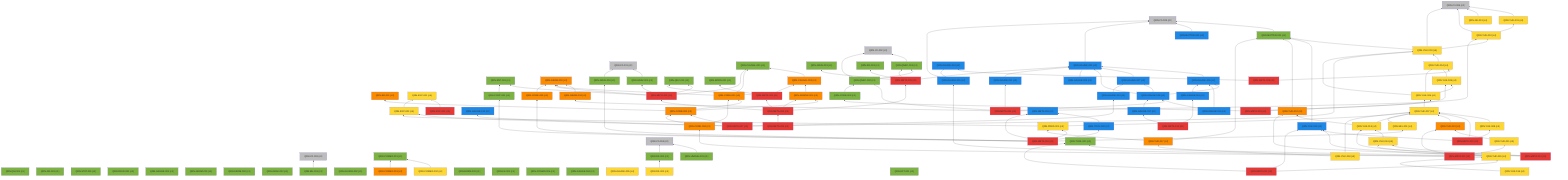
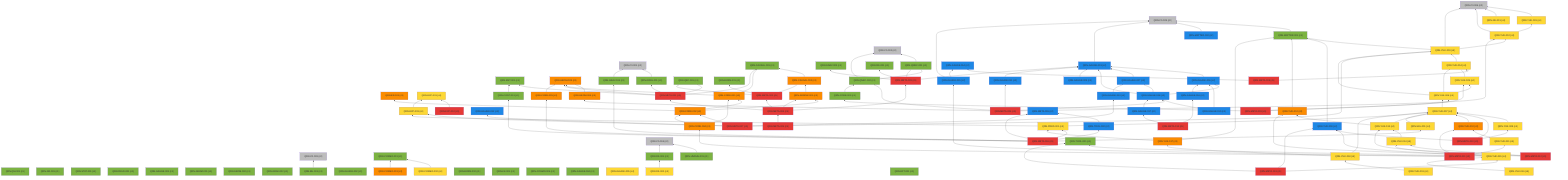
%% 自動生成 (dag/report.pl) — QRN 主張依存グラフ
graph BT
  QRN_C0_001["QRN-C0-001 (c0)"]:::c0
  QRN_C0_002["QRN-C0-002 (c0)"]:::c0
  QRN_C0_003["QRN-C0-003 (c0)"]:::c0
  QRN_C0_004["QRN-C0-004 (c0)"]:::c0
  QRN_C0_005["QRN-C0-005 (c0)"]:::c0
  QRN_C0_006["QRN-C0-006 (c0)"]:::c0
  QRN_QM_001["QRN-QM-001 (c1)"]:::c1
  QRN_GR_001["QRN-GR-001 (c1)"]:::c1
  QRN_STAT_001["QRN-STAT-001 (c1)"]:::c1
  QRN_FIELD_001["QRN-FIELD-001 (c1)"]:::c1
  QRN_GAUGE_001["QRN-GAUGE-001 (c1)"]:::c1
  QRN_ENT_001["QRN-ENT-001 (c1)"]:::c1
  QRN_GEOM_001["QRN-GEOM-001 (c1)"]:::c1
  QRN_GEOM_002["QRN-GEOM-002 (c1)"]:::c1
  QRN_GEOM_003["QRN-GEOM-003 (c3)"]:::c3
  QRN_GRAV_001["QRN-GRAV-001 (c1)"]:::c1
  QRN_GRAV_002["QRN-GRAV-002 (c1)"]:::c1
  QRN_BH_001["QRN-BH-001 (c1)"]:::c1
  QRN_CAUSAL_001["QRN-CAUSAL-001 (c1)"]:::c1
  QRN_CAUSAL_002["QRN-CAUSAL-002 (c3)"]:::c3
  QRN_ER_001["QRN-ER-001 (c3)"]:::c3
  QRN_QEC_001["QRN-QEC-001 (c1)"]:::c1
  QRN_GAUGE_002["QRN-GAUGE-002 (c1)"]:::c1
  QRN_COSMO_001["QRN-COSMO-001 (c1)"]:::c1
  QRN_COSMO_002["QRN-COSMO-002 (c4)"]:::c4
  QRN_COSMO_003["QRN-COSMO-003 (c3)"]:::c3
  QRN_BORN_001["QRN-BORN-001 (c1)"]:::c1
  QRN_BORN_002["QRN-BORN-002 (c1)"]:::c1
  QRN_GRAV_003["QRN-GRAV-003 (c1)"]:::c1
  QRN_KK_001["QRN-KK-001 (c1)"]:::c1
  QRN_MATTER_001["QRN-MATTER-001 (c1)"]:::c1
  QRN_MATTER_002["QRN-MATTER-002 (c2)"]:::c2
  QRN_COSMO_004["QRN-COSMO-004 (c1)"]:::c1
  QRN_EXP_001["QRN-EXP-001 (c4)"]:::c4
  QRN_GAUGE_003["QRN-GAUGE-003 (c2)"]:::c2
  QRN_GAUGE_004["QRN-GAUGE-004 (c1)"]:::c1
  QRN_GAUGE_005["QRN-GAUGE-005 (c4)"]:::c4
  QRN_YUK_001["QRN-YUK-001 (c4)"]:::c4
  QRN_RG_001["QRN-RG-001 (c1)"]:::c1
  QRN_UNRUH_001["QRN-UNRUH-001 (c1)"]:::c1
  QRN_QNEC_001["QRN-QNEC-001 (c1)"]:::c1
  QRN_NU_001["QRN-NU-001 (c4)"]:::c4
  QRN_GAUGE_006["QRN-GAUGE-006 (c2)"]:::c2
  QRN_DS_001["QRN-DS-001 (c1)"]:::c1
  QRN_DS_002["QRN-DS-002 (c4)"]:::c4
  QRN_ARROW_001["QRN-ARROW-001 (c3)"]:::c3
  QRN_GAUGE_007["QRN-GAUGE-007 (c2)"]:::c2
  QRN_EFT_001["QRN-EFT-001 (c1)"]:::c1
  QRN_GAUGE_008["QRN-GAUGE-008 (c2)"]:::c2
  QRN_GAUGE_009["QRN-GAUGE-009 (c2)"]:::c2
  QRN_GAUGE_010["QRN-GAUGE-010 (c2)"]:::c2
  QRN_QNEC_002["QRN-QNEC-002 (c1)"]:::c1
  QRN_GEOM_004["QRN-GEOM-004 (c3)"]:::c3
  QRN_YUK_002["QRN-YUK-002 (c4)"]:::c4
  QRN_EXP_002["QRN-EXP-002 (c5)"]:::c5
  QRN_CORE_001["QRN-CORE-001 (c3)"]:::c3
  QRN_GAUGE_011["QRN-GAUGE-011 (c2)"]:::c2
  QRN_GAUGE_012["QRN-GAUGE-012 (c2)"]:::c2
  QRN_YUK_003["QRN-YUK-003 (c4)"]:::c4
  QRN_EXP_003["QRN-EXP-003 (c4)"]:::c4
  QRN_CORE_002["QRN-CORE-002 (c3)"]:::c3
  QRN_GAUGE_013["QRN-GAUGE-013 (c2)"]:::c2
  QRN_YUK_004["QRN-YUK-004 (c4)"]:::c4
  QRN_GAUGE_014["QRN-GAUGE-014 (c2)"]:::c2
  QRN_META_001["QRN-META-001 (c5)"]:::c5
  QRN_META_002["QRN-META-002 (c5)"]:::c5
  QRN_META_003["QRN-META-003 (c5)"]:::c5
  QRN_META_004["QRN-META-004 (c5)"]:::c5
  QRN_META_005["QRN-META-005 (c5)"]:::c5
  QRN_META_006["QRN-META-006 (c5)"]:::c5
  QRN_META_007["QRN-META-007 (c5)"]:::c5
  QRN_META_008["QRN-META-008 (c5)"]:::c5
  QRN_YUK_005["QRN-YUK-005 (c4)"]:::c4
  QRN_YUK_006["QRN-YUK-006 (c4)"]:::c4
  QRN_CORE_003["QRN-CORE-003 (c1)"]:::c1
  QRN_META_009["QRN-META-009 (c5)"]:::c5
  QRN_YUK_007["QRN-YUK-007 (c4)"]:::c4
  QRN_YUK_008["QRN-YUK-008 (c4)"]:::c4
  QRN_YUK_009["QRN-YUK-009 (c2)"]:::c2
  QRN_META_010["QRN-META-010 (c5)"]:::c5
  QRN_GAUGE_015["QRN-GAUGE-015 (c2)"]:::c2
  QRN_YUK_010["QRN-YUK-010 (c3)"]:::c3
  QRN_YUK_011["QRN-YUK-011 (c4)"]:::c4
  QRN_CORE_004["QRN-CORE-004 (c3)"]:::c3
  QRN_META_011["QRN-META-011 (c5)"]:::c5
  QRN_YUK_012["QRN-YUK-012 (c3)"]:::c3
  QRN_YUK_013["QRN-YUK-013 (c4)"]:::c4
  QRN_YUK_014["QRN-YUK-014 (c4)"]:::c4
  QRN_META_012["QRN-META-012 (c5)"]:::c5
  QRN_TOOL_001["QRN-TOOL-001 (c1)"]:::c1
  QRN_YUK_015["QRN-YUK-015 (c4)"]:::c4
  QRN_META_013["QRN-META-013 (c5)"]:::c5
  QRN_GAUGE_016["QRN-GAUGE-016 (c2)"]:::c2
  QRN_GAUGE_017["QRN-GAUGE-017 (c2)"]:::c2
  QRN_META_014["QRN-META-014 (c5)"]:::c5
  QRN_META_015["QRN-META-015 (c2)"]:::c2
  QRN_TOOL_002["QRN-TOOL-002 (c2)"]:::c2
  QRN_CORE_005["QRN-CORE-005 (c3)"]:::c3
  QRN_CONT_001["QRN-CONT-001 (c1)"]:::c1
  QRN_SEL_001["QRN-SEL-001 (c4)"]:::c4
  QRN_GRAV_004["QRN-GRAV-004 (c1)"]:::c1
  QRN_PRED_001["QRN-PRED-001 (c4)"]:::c4
  QRN_META_016["QRN-META-016 (c5)"]:::c5
  QRN_YUK_016["QRN-YUK-016 (c4)"]:::c4
  QRN_YUK_017["QRN-YUK-017 (c3)"]:::c3
  QRN_YUK_018["QRN-YUK-018 (c4)"]:::c4
+   QRN_YUK_019["QRN-YUK-019 (c4)"]:::c4
  QRN_GRAV_001 --> QRN_C0_001
  QRN_BH_001 --> QRN_C0_003
  QRN_CAUSAL_002 --> QRN_CAUSAL_001
  QRN_COSMO_002 --> QRN_COSMO_001
  QRN_COSMO_003 --> QRN_COSMO_001
  QRN_MATTER_001 --> QRN_C0_005
  QRN_MATTER_002 --> QRN_C0_005
  QRN_GAUGE_003 --> QRN_C0_005
  QRN_YUK_001 --> QRN_C0_006
  QRN_UNRUH_001 --> QRN_C0_004
  QRN_QNEC_001 --> QRN_C0_002
  QRN_NU_001 --> QRN_C0_006
  QRN_GAUGE_006 --> QRN_GAUGE_003
  QRN_DS_001 --> QRN_C0_004
  QRN_DS_002 --> QRN_DS_001
  QRN_ARROW_001 --> QRN_CAUSAL_002
  QRN_GAUGE_007 --> QRN_GAUGE_003
  QRN_GAUGE_008 --> QRN_GAUGE_003
  QRN_GAUGE_008 --> QRN_GAUGE_006
  QRN_GAUGE_008 --> QRN_GAUGE_007
  QRN_GAUGE_009 --> QRN_GAUGE_003
  QRN_GAUGE_010 --> QRN_GAUGE_006
  QRN_GAUGE_010 --> QRN_GAUGE_008
  QRN_QNEC_002 --> QRN_C0_002
  QRN_QNEC_002 --> QRN_QNEC_001
  QRN_GEOM_004 --> QRN_GEOM_003
  QRN_YUK_002 --> QRN_C0_006
  QRN_YUK_002 --> QRN_YUK_001
  QRN_EXP_002 --> QRN_EXP_001
  QRN_CORE_001 --> QRN_GEOM_003
  QRN_CORE_001 --> QRN_CAUSAL_001
  QRN_GAUGE_011 --> QRN_GAUGE_003
  QRN_YUK_003 --> QRN_C0_006
  QRN_YUK_003 --> QRN_MATTER_001
  QRN_YUK_003 --> QRN_YUK_002
  QRN_EXP_003 --> QRN_EXP_001
  QRN_CORE_002 --> QRN_CORE_001
  QRN_CORE_002 --> QRN_ER_001
  QRN_CORE_002 --> QRN_ARROW_001
  QRN_GAUGE_013 --> QRN_GAUGE_007
  QRN_YUK_004 --> QRN_YUK_003
  QRN_META_001 --> QRN_GEOM_003
  QRN_META_001 --> QRN_GRAV_001
  QRN_META_001 --> QRN_CAUSAL_001
  QRN_META_001 --> QRN_QEC_001
  QRN_META_001 --> QRN_ENT_001
  QRN_META_002 --> QRN_QEC_001
  QRN_META_002 --> QRN_BORN_001
  QRN_META_002 --> QRN_CAUSAL_002
  QRN_META_003 --> QRN_GAUGE_003
  QRN_META_003 --> QRN_RG_001
  QRN_META_003 --> QRN_QNEC_001
  QRN_META_003 --> QRN_GRAV_003
  QRN_META_004 --> QRN_META_001
  QRN_META_004 --> QRN_META_002
  QRN_META_004 --> QRN_META_003
  QRN_META_004 --> QRN_ARROW_001
  QRN_META_005 --> QRN_META_004
  QRN_META_006 --> QRN_GAUGE_008
  QRN_META_006 --> QRN_QNEC_002
  QRN_META_006 --> QRN_GEOM_004
  QRN_META_006 --> QRN_YUK_002
  QRN_META_006 --> QRN_GAUGE_011
  QRN_META_007 --> QRN_GAUGE_012
  QRN_META_007 --> QRN_YUK_003
  QRN_META_007 --> QRN_EXP_003
  QRN_META_007 --> QRN_CORE_002
  QRN_META_007 --> QRN_GAUGE_013
  QRN_META_008 --> QRN_YUK_004
  QRN_META_008 --> QRN_GAUGE_014
  QRN_YUK_005 --> QRN_YUK_004
  QRN_YUK_006 --> QRN_YUK_003
  QRN_YUK_006 --> QRN_YUK_004
  QRN_YUK_006 --> QRN_YUK_005
  QRN_CORE_003 --> QRN_QNEC_002
  QRN_META_009 --> QRN_YUK_005
  QRN_META_009 --> QRN_YUK_006
  QRN_META_009 --> QRN_CORE_003
  QRN_YUK_007 --> QRN_YUK_006
  QRN_YUK_008 --> QRN_YUK_007
  QRN_YUK_009 --> QRN_MATTER_001
  QRN_META_010 --> QRN_YUK_007
  QRN_META_010 --> QRN_YUK_008
  QRN_META_010 --> QRN_YUK_009
  QRN_GAUGE_015 --> QRN_C0_005
  QRN_GAUGE_015 --> QRN_GAUGE_014
  QRN_YUK_010 --> QRN_YUK_007
  QRN_YUK_011 --> QRN_YUK_010
  QRN_CORE_004 --> QRN_CORE_001
  QRN_CORE_004 --> QRN_CORE_002
  QRN_META_011 --> QRN_GAUGE_015
  QRN_META_011 --> QRN_YUK_010
  QRN_META_011 --> QRN_YUK_011
  QRN_META_011 --> QRN_CORE_004
  QRN_YUK_012 --> QRN_MATTER_001
  QRN_YUK_013 --> QRN_YUK_012
  QRN_YUK_013 --> QRN_YUK_007
  QRN_YUK_014 --> QRN_YUK_013
  QRN_META_012 --> QRN_YUK_012
  QRN_META_012 --> QRN_YUK_013
  QRN_META_012 --> QRN_YUK_014
  QRN_YUK_015 --> QRN_YUK_014
  QRN_YUK_015 --> QRN_TOOL_001
  QRN_YUK_015 --> QRN_YUK_009
  QRN_META_013 --> QRN_YUK_015
  QRN_META_013 --> QRN_TOOL_001
  QRN_META_013 --> QRN_YUK_009
  QRN_GAUGE_016 --> QRN_GAUGE_006
  QRN_GAUGE_017 --> QRN_GAUGE_008
  QRN_META_014 --> QRN_GAUGE_016
  QRN_META_014 --> QRN_GAUGE_017
  QRN_TOOL_002 --> QRN_META_015
  QRN_CORE_005 --> QRN_GEOM_003
  QRN_CONT_001 --> QRN_ENT_001
  QRN_SEL_001 --> QRN_YUK_007
  QRN_GRAV_004 --> QRN_C0_001
  QRN_PRED_001 --> QRN_YUK_007
  QRN_PRED_001 --> QRN_EXP_003
  QRN_META_016 --> QRN_META_015
  QRN_META_016 --> QRN_TOOL_002
  QRN_META_016 --> QRN_CORE_005
  QRN_META_016 --> QRN_CONT_001
  QRN_META_016 --> QRN_SEL_001
  QRN_META_016 --> QRN_GRAV_004
  QRN_META_016 --> QRN_PRED_001
  QRN_YUK_016 --> QRN_YUK_015
  QRN_YUK_017 --> QRN_MATTER_001
  QRN_YUK_017 --> QRN_PRED_001
  QRN_YUK_018 --> QRN_YUK_017
  QRN_YUK_018 --> QRN_YUK_007
+   QRN_YUK_019 --> QRN_YUK_018
  classDef c0 fill:#bdbdbd
  classDef c1 fill:#7cb342
  classDef c2 fill:#1e88e5
  classDef c3 fill:#fb8c00
  classDef c4 fill:#fdd835
  classDef c5 fill:#e53935
